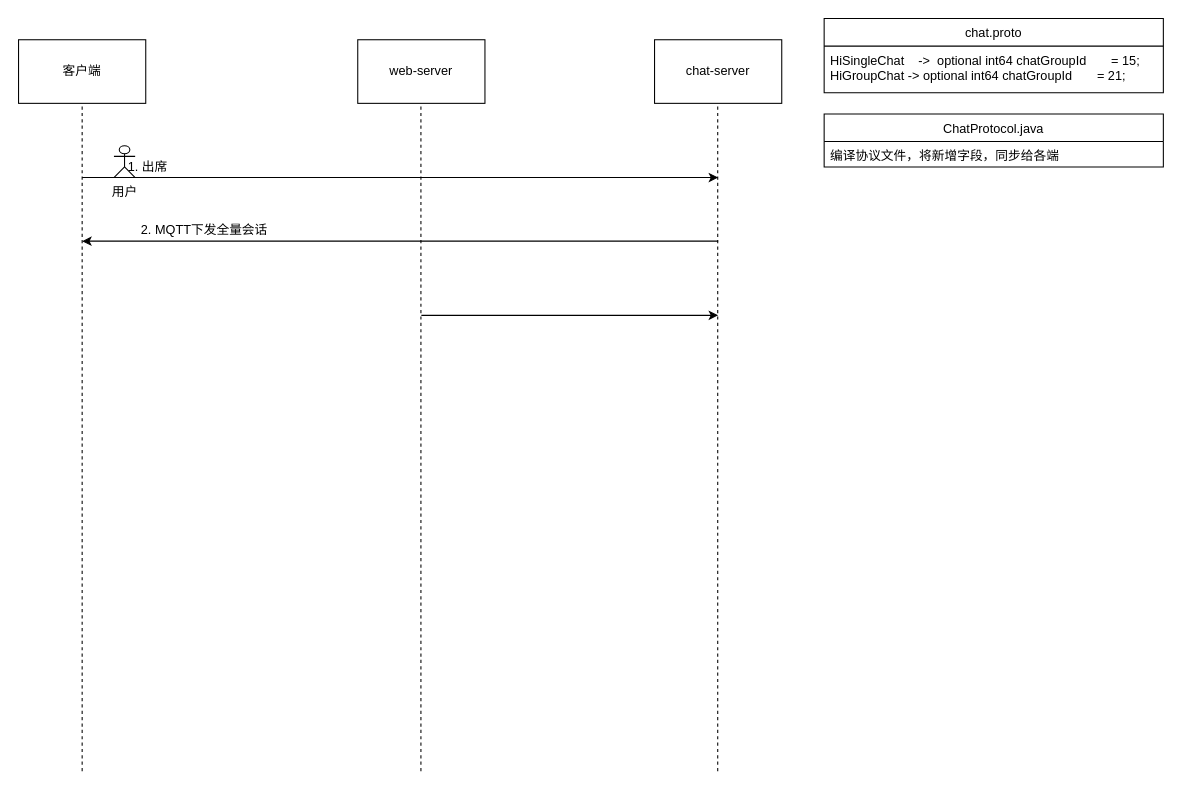
Before: com.ygq/frame/2.39沟通.drawio in ythawed/diagrams, a draw.io diagram. Source tidied: cells renumbered, new cells numbered last; positions are measured from the earlier drawing's top-left corner, leaving out a move shared by most shapes. Both pictures are drawn from the tidied source at 106%, with x=0, y=0 at pixel (18, 18).
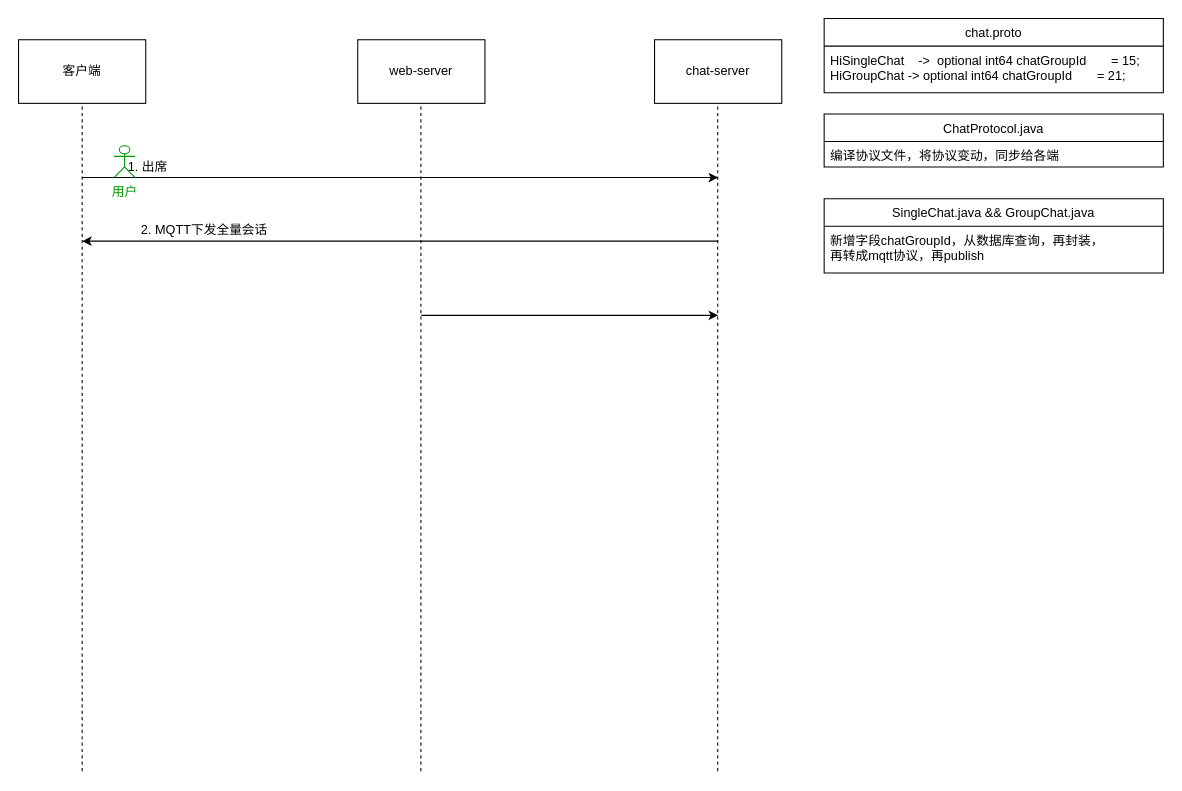
The same diagram, later.

Unchanged cells that the change refers to:
```xml
<mxCell id="16" value="ChatProtocol.java" style="swimlane;fontStyle=0;horizontal=1;startSize=26;fillColor=none;fontColor=default;" parent="1" vertex="1">
  <mxGeometry x="760" y="90" width="320" height="50" as="geometry" />
</mxCell>
```

The edit, as a diff of the source:
```diff
@@
-    <mxCell id="10" value="用户" style="shape=umlActor;verticalLabelPosition=bottom;verticalAlign=top;html=1;" parent="1" vertex="1">
+    <mxCell id="10" value="&lt;font color=&quot;#009900&quot;&gt;用户&lt;/font&gt;" style="shape=umlActor;verticalLabelPosition=bottom;verticalAlign=top;html=1;strokeColor=#009900;" parent="1" vertex="1">
       <mxGeometry x="90" y="120" width="20" height="30" as="geometry" />
     </mxCell>
@@
-    <mxCell id="17" value="编译协议文件，将新增字段，同步给各端" style="text;strokeColor=none;fillColor=none;align=left;verticalAlign=top;spacingLeft=4;spacingRight=4;overflow=hidden;labelBackgroundColor=default;" parent="16" vertex="1">
+    <mxCell id="17" value="编译协议文件，将协议变动，同步给各端" style="text;strokeColor=none;fillColor=none;align=left;verticalAlign=top;spacingLeft=4;spacingRight=4;overflow=hidden;labelBackgroundColor=default;" parent="16" vertex="1">
       <mxGeometry y="26" width="320" height="24" as="geometry" />
     </mxCell>
+    <mxCell id="18" value="SingleChat.java &amp;&amp; GroupChat.java" style="swimlane;fontStyle=0;horizontal=1;startSize=26;fillColor=none;fontColor=default;" parent="1" vertex="1">
+      <mxGeometry x="760" y="170" width="320" height="70" as="geometry" />
+    </mxCell>
+    <mxCell id="19" value="新增字段chatGroupId，从数据库查询，再封装，&#10;再转成mqtt协议，再publish" style="text;strokeColor=none;fillColor=none;align=left;verticalAlign=top;spacingLeft=4;spacingRight=4;overflow=hidden;labelBackgroundColor=default;" parent="18" vertex="1">
+      <mxGeometry y="26" width="320" height="44" as="geometry" />
+    </mxCell>
```
